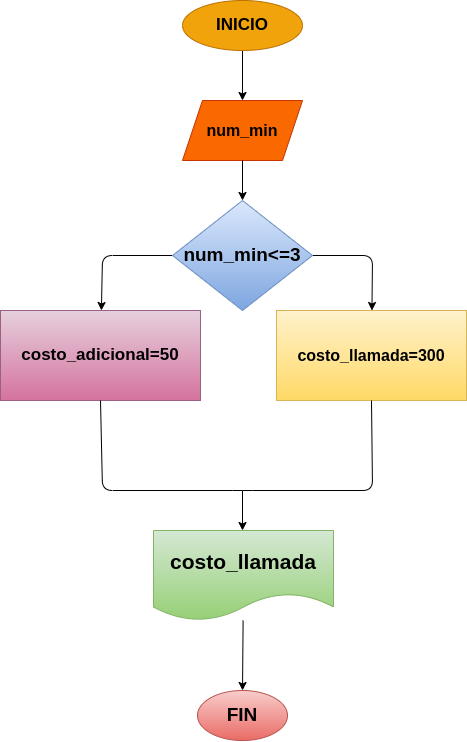
Earlier version of the draw.io export diagrama.png (stanlysefer/llamada_telefonica). Source tidied: cells renumbered, new cells last; positions are measured from the earlier drawing's top-left corner, leaving out a move shared by most shapes.
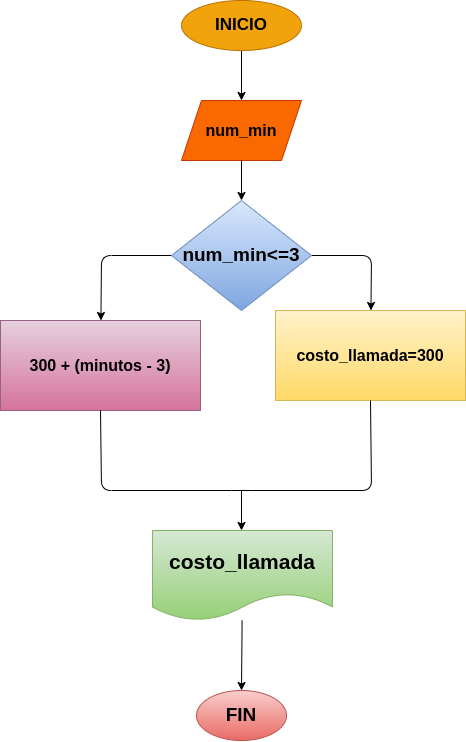
After the commit.

Commit message:
Se creó el diagrama de flujo y se agregó a README

The edit, as a diff of the source:
```diff
@@ -31,8 +31,8 @@
     <mxCell id="8" value="&lt;b&gt;&lt;font style=&quot;font-size: 19px;&quot; color=&quot;#000000&quot;&gt;num_min&amp;lt;=3&lt;/font&gt;&lt;/b&gt;" style="rhombus;whiteSpace=wrap;html=1;fillColor=#dae8fc;strokeColor=#6c8ebf;gradientColor=#7ea6e0;" parent="1" vertex="1">
       <mxGeometry x="172" y="200" width="140" height="110" as="geometry" />
     </mxCell>
-    <mxCell id="9" value="&lt;b&gt;&lt;font style=&quot;font-size: 17px;&quot; color=&quot;#000000&quot;&gt;costo_adicional=50&lt;/font&gt;&lt;/b&gt;" style="whiteSpace=wrap;html=1;fillColor=#e6d0de;strokeColor=#996185;gradientColor=#d5739d;" parent="1" vertex="1">
-      <mxGeometry y="310" width="200" height="90" as="geometry" />
+    <mxCell id="9" value="&lt;b&gt;&lt;font color=&quot;#000000&quot; style=&quot;font-size: 16px;&quot;&gt;300 + (minutos - 3)&lt;/font&gt;&lt;/b&gt;" style="whiteSpace=wrap;html=1;fillColor=#e6d0de;strokeColor=#996185;gradientColor=#d5739d;" parent="1" vertex="1">
+      <mxGeometry x="1" y="320" width="200" height="90" as="geometry" />
     </mxCell>
     <mxCell id="10" value="&lt;b&gt;&lt;font color=&quot;#000000&quot; style=&quot;font-size: 16px;&quot;&gt;costo_llamada=300&lt;/font&gt;&lt;/b&gt;" style="whiteSpace=wrap;html=1;fillColor=#fff2cc;gradientColor=#ffd966;strokeColor=#d6b656;" parent="1" vertex="1">
       <mxGeometry x="276" y="310" width="190" height="90" as="geometry" />
```
